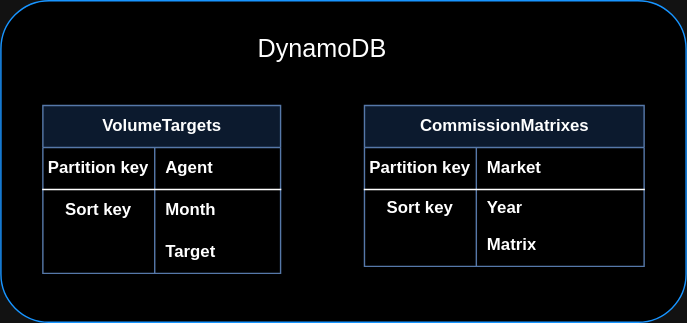
Above: database.svg in Skyvell/bmw-commision-design (draw.io), before the change. Source tidied: cells renumbered, new cells last; positions are measured from the earlier drawing's top-left corner, leaving out a move shared by most shapes.
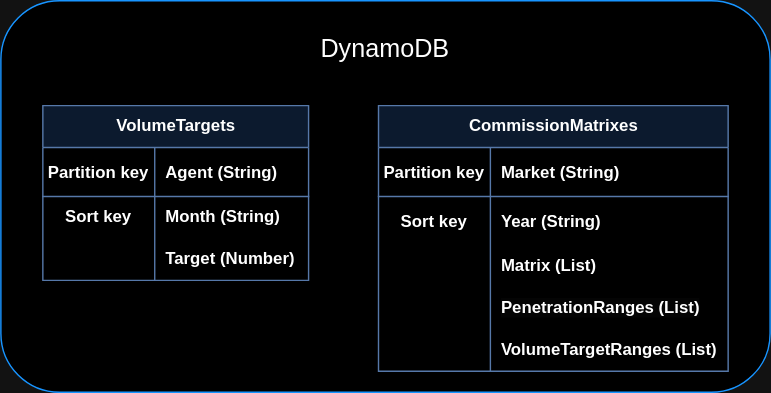
The same file after the commit.

What changed in the source:
```diff
@@ -3,71 +3,89 @@
     <mxCell id="0" />
     <mxCell id="1" parent="0" />
     <mxCell id="2" style="rounded=1;whiteSpace=wrap;html=1;strokeColor=#1290FF;" parent="1" vertex="1">
-      <mxGeometry width="490" height="230" as="geometry" />
+      <mxGeometry x="-30" width="550" height="280" as="geometry" />
     </mxCell>
-    <mxCell id="3" value="VolumeTargets" style="shape=table;startSize=30;rowLines=0;fontStyle=1;align=center;html=1;fillColor=#dae8fc;strokeColor=#6c8ebf;" parent="1" vertex="1">
-      <mxGeometry x="30" y="75" width="170" height="120" as="geometry" />
+    <mxCell id="3" value="VolumeTargets" style="shape=table;startSize=30;rowLines=0;fontStyle=1;align=center;html=1;fillColor=#dae8fc;strokeColor=#6c8ebf;swimlaneLine=1;" parent="1" vertex="1">
+      <mxGeometry y="75" width="190" height="125" as="geometry" />
     </mxCell>
-    <mxCell id="4" style="shape=tableRow;horizontal=0;startSize=0;swimlaneHead=0;swimlaneBody=0;fillColor=none;top=0;left=0;right=0;bottom=1;" parent="3" vertex="1">
-      <mxGeometry y="30" width="170" height="30" as="geometry" />
+    <mxCell id="4" style="shape=tableRow;horizontal=0;startSize=0;swimlaneHead=0;swimlaneBody=0;fillColor=none;top=0;left=0;right=0;bottom=1;strokeColor=inherit;" parent="3" vertex="1">
+      <mxGeometry y="30" width="190" height="35" as="geometry" />
     </mxCell>
     <mxCell id="5" value="Partition key" style="shape=partialRectangle;fillColor=none;top=0;left=0;bottom=0;right=0;fontStyle=1;overflow=hidden;whiteSpace=wrap;html=1;" parent="4" vertex="1">
-      <mxGeometry width="80" height="30" as="geometry" />
+      <mxGeometry width="80" height="35" as="geometry" />
     </mxCell>
-    <mxCell id="6" value="&lt;font face=&quot;Helvetica&quot;&gt;Agent&lt;/font&gt;" style="shape=partialRectangle;fillColor=none;top=0;left=0;bottom=0;right=0;align=left;spacingLeft=6;fontStyle=1;overflow=hidden;whiteSpace=wrap;html=1;" parent="4" vertex="1">
-      <mxGeometry x="80" width="90" height="30" as="geometry" />
+    <mxCell id="6" value="&lt;font face=&quot;Helvetica&quot;&gt;Agent (String)&lt;/font&gt;" style="shape=partialRectangle;fillColor=none;top=0;left=0;bottom=0;right=0;align=left;spacingLeft=6;fontStyle=1;overflow=hidden;whiteSpace=wrap;html=1;" parent="4" vertex="1">
+      <mxGeometry x="80" width="110" height="35" as="geometry" />
     </mxCell>
     <mxCell id="7" style="shape=tableRow;horizontal=0;startSize=0;swimlaneHead=0;swimlaneBody=0;fillColor=none;top=0;left=0;right=0;bottom=0;" parent="3" vertex="1">
-      <mxGeometry y="60" width="170" height="30" as="geometry" />
+      <mxGeometry y="65" width="190" height="30" as="geometry" />
     </mxCell>
     <mxCell id="8" value="Sort key" style="shape=partialRectangle;fillColor=none;top=0;left=0;bottom=0;right=0;overflow=hidden;whiteSpace=wrap;html=1;fontStyle=1;" parent="7" vertex="1">
       <mxGeometry width="80" height="30" as="geometry" />
     </mxCell>
-    <mxCell id="9" value="Month" style="shape=partialRectangle;fillColor=none;top=0;left=0;bottom=0;right=0;align=left;spacingLeft=6;overflow=hidden;whiteSpace=wrap;html=1;fontStyle=1;" parent="7" vertex="1">
-      <mxGeometry x="80" width="90" height="30" as="geometry" />
+    <mxCell id="9" value="Month (String)" style="shape=partialRectangle;fillColor=none;top=0;left=0;bottom=0;right=0;align=left;spacingLeft=6;overflow=hidden;whiteSpace=wrap;html=1;fontStyle=1;" parent="7" vertex="1">
+      <mxGeometry x="80" width="110" height="30" as="geometry" />
     </mxCell>
     <mxCell id="10" style="shape=tableRow;horizontal=0;startSize=0;swimlaneHead=0;swimlaneBody=0;fillColor=none;top=0;left=0;right=0;bottom=0;" parent="3" vertex="1">
-      <mxGeometry y="90" width="170" height="30" as="geometry" />
+      <mxGeometry y="95" width="190" height="30" as="geometry" />
     </mxCell>
     <mxCell id="11" style="shape=partialRectangle;fillColor=none;top=0;left=0;bottom=0;right=0;overflow=hidden;whiteSpace=wrap;html=1;fontStyle=1;" parent="10" vertex="1">
       <mxGeometry width="80" height="30" as="geometry" />
     </mxCell>
-    <mxCell id="12" value="Target" style="shape=partialRectangle;fillColor=none;top=0;left=0;bottom=0;right=0;align=left;spacingLeft=6;overflow=hidden;whiteSpace=wrap;html=1;fontStyle=1;" parent="10" vertex="1">
-      <mxGeometry x="80" width="90" height="30" as="geometry" />
+    <mxCell id="12" value="Target (Number)" style="shape=partialRectangle;fillColor=none;top=0;left=0;bottom=0;right=0;align=left;spacingLeft=6;overflow=hidden;whiteSpace=wrap;html=1;fontStyle=1;" parent="10" vertex="1">
+      <mxGeometry x="80" width="110" height="30" as="geometry" />
     </mxCell>
-    <mxCell id="13" value="CommissionMatrixes" style="shape=table;startSize=30;rowLines=0;fontStyle=1;align=center;html=1;fillColor=#dae8fc;strokeColor=#6c8ebf;" parent="1" vertex="1">
-      <mxGeometry x="260" y="75" width="200" height="115" as="geometry" />
+    <mxCell id="13" value="CommissionMatrixes" style="shape=table;startSize=30;rowLines=0;fontStyle=1;align=center;html=1;fillColor=#dae8fc;strokeColor=#6c8ebf;swimlaneLine=1;horizontal=1;" parent="1" vertex="1">
+      <mxGeometry x="240" y="75" width="250" height="190" as="geometry" />
     </mxCell>
-    <mxCell id="14" style="shape=tableRow;horizontal=0;startSize=0;swimlaneHead=0;swimlaneBody=0;fillColor=none;top=0;left=0;right=0;bottom=1;" parent="13" vertex="1">
-      <mxGeometry y="30" width="200" height="30" as="geometry" />
+    <mxCell id="14" style="shape=tableRow;horizontal=0;startSize=0;swimlaneHead=0;swimlaneBody=0;fillColor=none;top=0;left=0;right=0;bottom=1;strokeColor=inherit;swimlaneLine=0;" parent="13" vertex="1">
+      <mxGeometry y="30" width="250" height="35" as="geometry" />
     </mxCell>
-    <mxCell id="15" value="Partition key" style="shape=partialRectangle;fillColor=none;top=0;left=0;bottom=0;right=0;fontStyle=1;overflow=hidden;whiteSpace=wrap;html=1;" parent="14" vertex="1">
-      <mxGeometry width="80" height="30" as="geometry" />
+    <mxCell id="15" value="Partition key" style="shape=partialRectangle;fillColor=none;top=0;left=0;bottom=0;right=0;fontStyle=1;overflow=hidden;whiteSpace=wrap;html=1;strokeColor=inherit;" parent="14" vertex="1">
+      <mxGeometry width="80" height="35" as="geometry" />
     </mxCell>
-    <mxCell id="16" value="Market" style="shape=partialRectangle;fillColor=none;top=0;left=0;bottom=0;right=0;align=left;spacingLeft=6;fontStyle=1;overflow=hidden;whiteSpace=wrap;html=1;strokeColor=default;" parent="14" vertex="1">
-      <mxGeometry x="80" width="120" height="30" as="geometry" />
+    <mxCell id="16" value="Market (String)" style="shape=partialRectangle;fillColor=none;top=0;left=0;bottom=0;right=0;align=left;spacingLeft=6;fontStyle=1;overflow=hidden;whiteSpace=wrap;html=1;strokeColor=inherit;" parent="14" vertex="1">
+      <mxGeometry x="80" width="170" height="35" as="geometry" />
     </mxCell>
-    <mxCell id="17" style="shape=tableRow;horizontal=0;startSize=0;swimlaneHead=0;swimlaneBody=0;fillColor=none;top=0;left=0;right=0;bottom=0;" parent="13" vertex="1">
-      <mxGeometry y="60" width="200" height="25" as="geometry" />
+    <mxCell id="17" style="shape=tableRow;horizontal=0;startSize=0;swimlaneHead=0;swimlaneBody=0;fillColor=none;top=0;left=0;right=0;bottom=0;strokeColor=inherit;swimlaneLine=1;" parent="13" vertex="1">
+      <mxGeometry y="65" width="250" height="35" as="geometry" />
     </mxCell>
-    <mxCell id="18" value="Sort key" style="shape=partialRectangle;fillColor=none;top=0;left=0;bottom=0;right=0;overflow=hidden;whiteSpace=wrap;html=1;fontStyle=1;" parent="17" vertex="1">
-      <mxGeometry width="80" height="25" as="geometry" />
+    <mxCell id="18" value="Sort key" style="shape=partialRectangle;fillColor=none;top=0;left=0;bottom=0;right=0;overflow=hidden;whiteSpace=wrap;html=1;fontStyle=1;strokeColor=inherit;" parent="17" vertex="1">
+      <mxGeometry width="80" height="35" as="geometry" />
     </mxCell>
-    <mxCell id="19" value="Year" style="shape=partialRectangle;fillColor=none;top=0;left=0;bottom=0;right=0;align=left;spacingLeft=6;overflow=hidden;whiteSpace=wrap;html=1;fontStyle=1;" parent="17" vertex="1">
-      <mxGeometry x="80" width="120" height="25" as="geometry" />
+    <mxCell id="19" value="Year (String)" style="shape=partialRectangle;fillColor=none;top=0;left=0;bottom=0;right=0;align=left;spacingLeft=6;overflow=hidden;whiteSpace=wrap;html=1;fontStyle=1;strokeColor=inherit;" parent="17" vertex="1">
+      <mxGeometry x="80" width="170" height="35" as="geometry" />
     </mxCell>
     <mxCell id="20" style="shape=tableRow;horizontal=0;startSize=0;swimlaneHead=0;swimlaneBody=0;fillColor=none;top=0;left=0;right=0;bottom=0;" parent="13" vertex="1">
-      <mxGeometry y="85" width="200" height="30" as="geometry" />
+      <mxGeometry y="100" width="250" height="30" as="geometry" />
     </mxCell>
     <mxCell id="21" style="shape=partialRectangle;fillColor=none;top=0;left=0;bottom=0;right=0;overflow=hidden;whiteSpace=wrap;html=1;fontStyle=1;" parent="20" vertex="1">
       <mxGeometry width="80" height="30" as="geometry" />
     </mxCell>
-    <mxCell id="22" value="Matrix" style="shape=partialRectangle;fillColor=none;top=0;left=0;bottom=0;right=0;align=left;spacingLeft=6;overflow=hidden;whiteSpace=wrap;html=1;fontStyle=1;" parent="20" vertex="1">
-      <mxGeometry x="80" width="120" height="30" as="geometry" />
+    <mxCell id="22" value="Matrix (List)" style="shape=partialRectangle;fillColor=none;top=0;left=0;bottom=0;right=0;align=left;spacingLeft=6;overflow=hidden;whiteSpace=wrap;html=1;fontStyle=1;strokeColor=default;" parent="20" vertex="1">
+      <mxGeometry x="80" width="170" height="30" as="geometry" />
     </mxCell>
+    <mxCell id="24" style="shape=tableRow;horizontal=0;startSize=0;swimlaneHead=0;swimlaneBody=0;fillColor=none;top=0;left=0;right=0;bottom=0;" parent="13" vertex="1">
+      <mxGeometry y="130" width="250" height="30" as="geometry" />
+    </mxCell>
+    <mxCell id="25" style="shape=partialRectangle;fillColor=none;top=0;left=0;bottom=0;right=0;overflow=hidden;whiteSpace=wrap;html=1;fontStyle=1;" parent="24" vertex="1">
+      <mxGeometry width="80" height="30" as="geometry" />
+    </mxCell>
+    <mxCell id="26" value="&lt;span style=&quot;color: rgb(0, 0, 0); font-family: Helvetica; font-size: 12px; font-style: normal; font-variant-ligatures: normal; font-variant-caps: normal; font-weight: 700; letter-spacing: normal; orphans: 2; text-align: left; text-indent: 0px; text-transform: none; widows: 2; word-spacing: 0px; -webkit-text-stroke-width: 0px; background-color: rgb(251, 251, 251); text-decoration-thickness: initial; text-decoration-style: initial; text-decoration-color: initial; float: none; display: inline !important;&quot;&gt;PenetrationRanges (List)&lt;/span&gt;" style="shape=partialRectangle;fillColor=none;top=0;left=0;bottom=0;right=0;align=left;spacingLeft=6;overflow=hidden;whiteSpace=wrap;html=1;fontStyle=1;" parent="24" vertex="1">
+      <mxGeometry x="80" width="170" height="30" as="geometry" />
+    </mxCell>
+    <mxCell id="27" style="shape=tableRow;horizontal=0;startSize=0;swimlaneHead=0;swimlaneBody=0;fillColor=none;top=0;left=0;right=0;bottom=0;" parent="13" vertex="1">
+      <mxGeometry y="160" width="250" height="30" as="geometry" />
+    </mxCell>
+    <mxCell id="28" style="shape=partialRectangle;fillColor=none;top=0;left=0;bottom=0;right=0;overflow=hidden;whiteSpace=wrap;html=1;fontStyle=1;" parent="27" vertex="1">
+      <mxGeometry width="80" height="30" as="geometry" />
+    </mxCell>
+    <mxCell id="29" value="VolumeTargetRanges (List)" style="shape=partialRectangle;fillColor=none;top=0;left=0;bottom=0;right=0;align=left;spacingLeft=6;overflow=hidden;whiteSpace=wrap;html=1;fontStyle=1;" parent="27" vertex="1">
+      <mxGeometry x="80" width="170" height="30" as="geometry" />
+    </mxCell>
     <object id="23" label="&lt;font style=&quot;font-size: 18px;&quot;&gt;DynamoDB&lt;/font&gt;" name="Variable" placeholders="1">
       <mxCell style="text;html=1;strokeColor=none;fillColor=none;align=center;verticalAlign=middle;whiteSpace=wrap;overflow=hidden;" parent="1" vertex="1">
-        <mxGeometry x="180" y="10" width="100" height="50" as="geometry" />
+        <mxGeometry x="195" y="10" width="100" height="50" as="geometry" />
       </mxCell>
     </object>
   </root>
```
